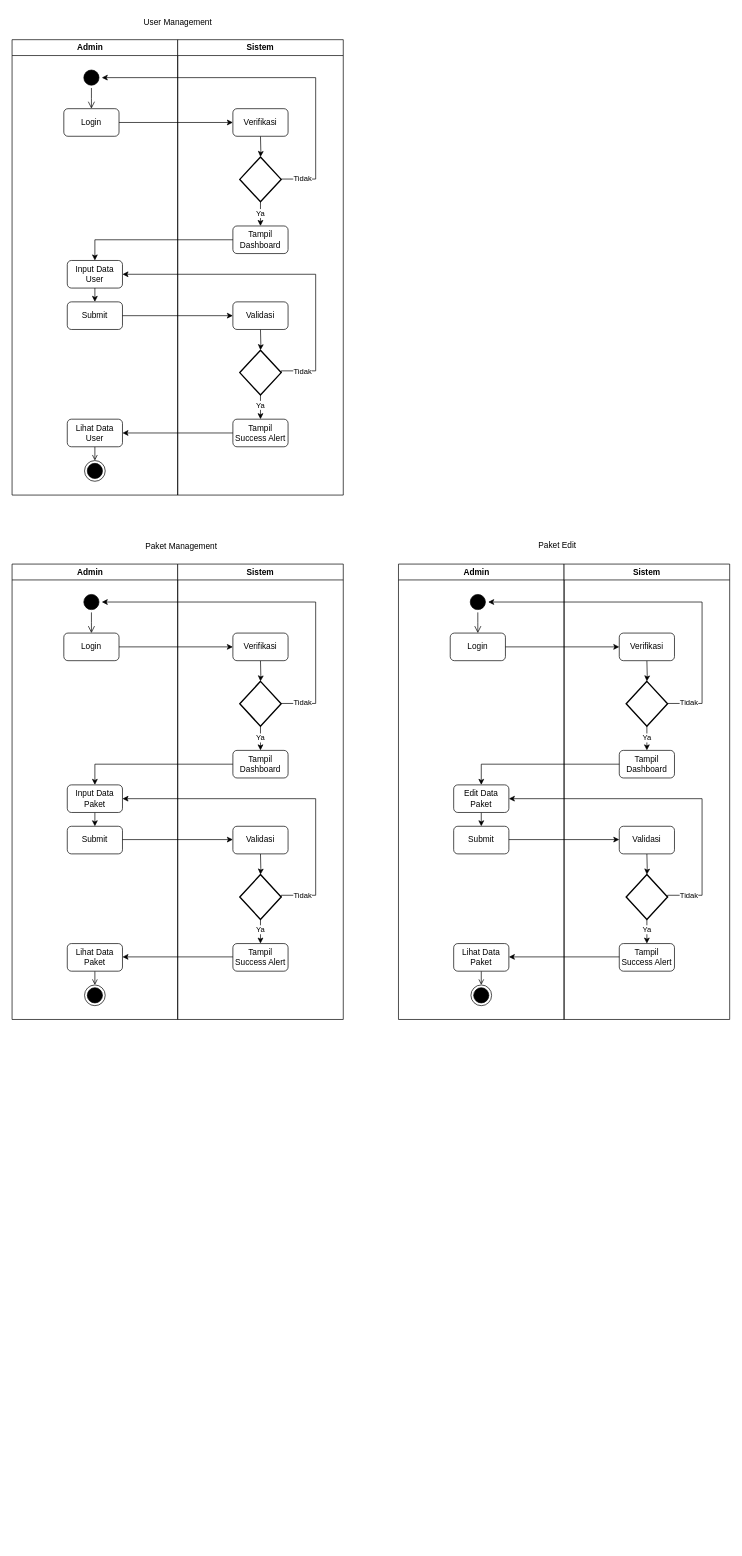
This is Activity Diagram Admin.drawio from wepro-v/asset, a draw.io file, before an edit. Source tidied: cells renumbered, new cells numbered last; positions are measured from the earlier drawing's top-left corner, leaving out a move shared by most shapes. Both pictures are drawn from the tidied source at 69%, with x=0, y=0 at pixel (12, 12).
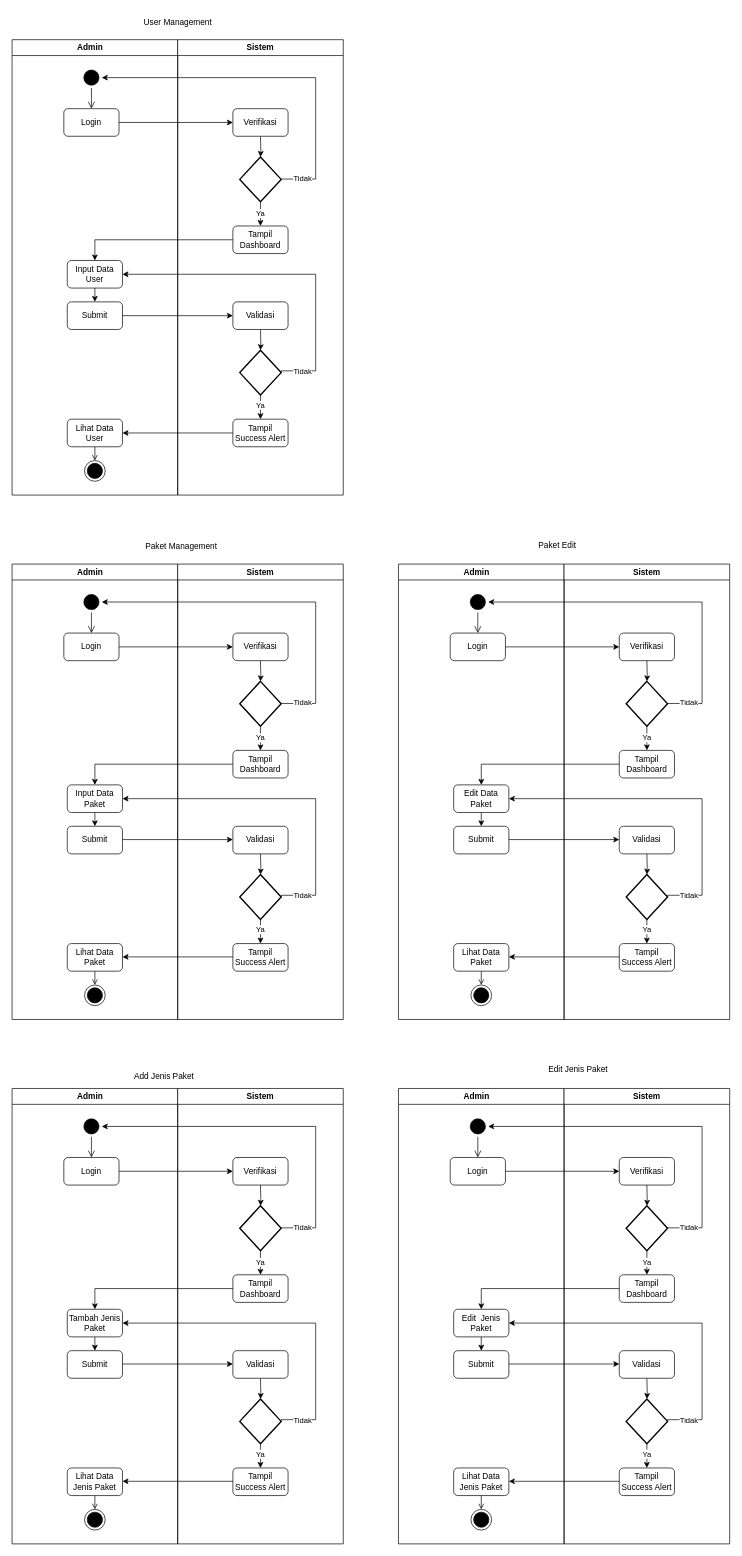
The same diagram, later.

What changed in the source:
```diff
@@
+    <mxCell id="92" value="Admin    " style="swimlane;whiteSpace=wrap;" parent="1" vertex="1">
+      <mxGeometry y="1560" width="240" height="660" as="geometry" />
+    </mxCell>
+    <mxCell id="93" style="ellipse;shape=startState;fillColor=#000000;strokeColor=#000000;" parent="92" vertex="1">
+      <mxGeometry x="100" y="40" width="30" height="30" as="geometry" />
+    </mxCell>
+    <mxCell id="94" style="edgeStyle=elbowEdgeStyle;elbow=horizontal;verticalAlign=bottom;endArrow=open;endSize=8;strokeColor=#000000;endFill=1;rounded=0;entryX=0.5;entryY=0;entryDx=0;entryDy=0;entryPerimeter=0;" parent="92" edge="1" source="93">
+      <mxGeometry x="100" y="40" as="geometry">
+        <mxPoint x="115" y="100" as="targetPoint" />
+      </mxGeometry>
+    </mxCell>
+    <mxCell id="95" style="edgeStyle=orthogonalEdgeStyle;rounded=0;orthogonalLoop=1;jettySize=auto;html=1;" parent="92" edge="1">
+      <mxGeometry relative="1" as="geometry">
+        <mxPoint x="120" y="360" as="sourcePoint" />
+        <mxPoint x="120" y="380" as="targetPoint" />
+      </mxGeometry>
+    </mxCell>
+    <mxCell id="96" style="ellipse;shape=endState;fillColor=#000000;strokeColor=#000000;" parent="92" vertex="1">
+      <mxGeometry x="105" y="610" width="30" height="30" as="geometry" />
+    </mxCell>
+    <mxCell id="97" style="endArrow=open;strokeColor=#000000;endFill=1;rounded=0;exitX=0.5;exitY=1;exitDx=0;exitDy=0;exitPerimeter=0;" parent="92" edge="1" target="96">
+      <mxGeometry relative="1" as="geometry">
+        <mxPoint x="120" y="590" as="sourcePoint" />
+      </mxGeometry>
+    </mxCell>
+    <mxCell id="98" value="Login" style="rounded=1;whiteSpace=wrap;html=1;" parent="92" vertex="1">
+      <mxGeometry x="75" y="100" width="80" height="40" as="geometry" />
+    </mxCell>
+    <mxCell id="99" value="Tambah Jenis Paket" style="rounded=1;whiteSpace=wrap;html=1;" parent="92" vertex="1">
+      <mxGeometry x="80" y="320" width="80" height="40" as="geometry" />
+    </mxCell>
+    <mxCell id="100" value="Submit" style="rounded=1;whiteSpace=wrap;html=1;" parent="92" vertex="1">
+      <mxGeometry x="80" y="380" width="80" height="40" as="geometry" />
+    </mxCell>
+    <mxCell id="101" value="Lihat Data Jenis Paket" style="rounded=1;whiteSpace=wrap;html=1;" parent="92" vertex="1">
+      <mxGeometry x="80" y="550" width="80" height="40" as="geometry" />
+    </mxCell>
+    <mxCell id="102" value="Sistem" style="swimlane;whiteSpace=wrap;startSize=23;" parent="1" vertex="1">
+      <mxGeometry x="240" y="1560" width="240" height="660" as="geometry" />
+    </mxCell>
+    <mxCell id="103" style="edgeStyle=orthogonalEdgeStyle;rounded=0;jettySize=auto;html=1;" parent="102" edge="1" target="105">
+      <mxGeometry relative="1" as="geometry">
+        <mxPoint x="120" y="140" as="sourcePoint" />
+      </mxGeometry>
+    </mxCell>
+    <mxCell id="104" value="Ya" style="edgeStyle=orthogonalEdgeStyle;rounded=0;jettySize=auto;html=1;entryX=0.5;entryY=0;entryDx=0;entryDy=0;" parent="102" edge="1" source="105" target="112">
+      <mxGeometry x="0.2" relative="1" as="geometry" />
+    </mxCell>
+    <mxCell id="105" style="strokeWidth=2;html=1;shape=mxgraph.flowchart.decision;whiteSpace=wrap;" parent="102" vertex="1">
+      <mxGeometry x="90" y="170" width="60" height="65" as="geometry" />
+    </mxCell>
+    <mxCell id="106" style="endArrow=classic;html=1;rounded=0;entryX=1;entryY=0.5;entryDx=0;entryDy=0;" parent="102" edge="1" target="93">
+      <mxGeometry relative="1" as="geometry">
+        <mxPoint x="150" y="202" as="sourcePoint" />
+        <Array as="points">
+          <mxPoint x="200" y="202" />
+          <mxPoint x="200" y="55" />
+        </Array>
+      </mxGeometry>
+    </mxCell>
+    <mxCell id="107" value="Tidak" style="edgeLabel;html=1;align=center;verticalAlign=middle;" parent="106" vertex="1">
+      <mxGeometry relative="1" as="geometry">
+        <mxPoint x="37" y="145" as="offset" />
+      </mxGeometry>
+    </mxCell>
+    <mxCell id="108" style="edgeStyle=orthogonalEdgeStyle;rounded=0;jettySize=auto;html=1;" parent="102" edge="1" target="110">
+      <mxGeometry relative="1" as="geometry">
+        <mxPoint x="120" y="420" as="sourcePoint" />
+      </mxGeometry>
+    </mxCell>
+    <mxCell id="109" value="Ya" style="edgeStyle=orthogonalEdgeStyle;rounded=0;jettySize=auto;html=1;entryX=0.5;entryY=0;entryDx=0;entryDy=0;" parent="102" edge="1" source="110" target="114">
+      <mxGeometry x="-0.33" relative="1" as="geometry" />
+    </mxCell>
+    <mxCell id="110" style="strokeWidth=2;html=1;shape=mxgraph.flowchart.decision;whiteSpace=wrap;" parent="102" vertex="1">
+      <mxGeometry x="90" y="450" width="60" height="65" as="geometry" />
+    </mxCell>
+    <mxCell id="111" value="Verifikasi" style="rounded=1;whiteSpace=wrap;html=1;" parent="102" vertex="1">
+      <mxGeometry x="80" y="100" width="80" height="40" as="geometry" />
+    </mxCell>
+    <mxCell id="112" value="Tampil Dashboard" style="rounded=1;whiteSpace=wrap;html=1;" parent="102" vertex="1">
+      <mxGeometry x="80" y="270" width="80" height="40" as="geometry" />
+    </mxCell>
+    <mxCell id="113" value="Validasi" style="rounded=1;whiteSpace=wrap;html=1;" parent="102" vertex="1">
+      <mxGeometry x="80" y="380" width="80" height="40" as="geometry" />
+    </mxCell>
+    <mxCell id="114" value="Tampil Success Alert" style="rounded=1;whiteSpace=wrap;html=1;" parent="102" vertex="1">
+      <mxGeometry x="80" y="550" width="80" height="40" as="geometry" />
+    </mxCell>
+    <mxCell id="115" style="edgeStyle=orthogonalEdgeStyle;rounded=0;orthogonalLoop=1;jettySize=auto;html=1;entryX=1;entryY=0.5;entryDx=0;entryDy=0;exitX=1;exitY=0.5;exitDx=0;exitDy=0;exitPerimeter=0;" parent="102" edge="1">
+      <mxGeometry relative="1" as="geometry">
+        <mxPoint x="150" y="483" as="sourcePoint" />
+        <mxPoint x="-80" y="340" as="targetPoint" />
+        <Array as="points">
+          <mxPoint x="150" y="480" />
+          <mxPoint x="200" y="480" />
+          <mxPoint x="200" y="340" />
+        </Array>
+      </mxGeometry>
+    </mxCell>
+    <mxCell id="116" value="Tidak" style="edgeLabel;html=1;align=center;verticalAlign=middle;" parent="115" vertex="1">
+      <mxGeometry x="-0.83" relative="1" as="geometry">
+        <mxPoint x="-7" as="offset" />
+      </mxGeometry>
+    </mxCell>
+    <mxCell id="117" style="edgeStyle=orthogonalEdgeStyle;rounded=0;orthogonalLoop=1;jettySize=auto;html=1;entryX=0;entryY=0.5;entryDx=0;entryDy=0;exitX=1;exitY=0.5;exitDx=0;exitDy=0;" parent="102" edge="1">
+      <mxGeometry relative="1" as="geometry">
+        <mxPoint x="-80" y="399.3" as="sourcePoint" />
+        <mxPoint x="80" y="399.3" as="targetPoint" />
+      </mxGeometry>
+    </mxCell>
+    <mxCell id="118" style="edgeStyle=orthogonalEdgeStyle;rounded=0;orthogonalLoop=1;jettySize=auto;html=1;exitX=0;exitY=0.5;exitDx=0;exitDy=0;entryX=1;entryY=0.5;entryDx=0;entryDy=0;" parent="102" edge="1">
+      <mxGeometry relative="1" as="geometry">
+        <mxPoint x="80" y="569.3" as="sourcePoint" />
+        <mxPoint x="-80" y="569.3" as="targetPoint" />
+      </mxGeometry>
+    </mxCell>
+    <mxCell id="119" style="edgeStyle=orthogonalEdgeStyle;rounded=0;jettySize=auto;html=1;entryX=0.5;entryY=0;entryDx=0;entryDy=0;" parent="1" edge="1" source="112" target="99">
+      <mxGeometry relative="1" as="geometry" />
+    </mxCell>
+    <mxCell id="120" style="edgeStyle=orthogonalEdgeStyle;rounded=0;jettySize=auto;html=1;entryX=0;entryY=0.5;entryDx=0;entryDy=0;" parent="1" edge="1" source="98" target="111">
+      <mxGeometry relative="1" as="geometry" />
+    </mxCell>
+    <mxCell id="121" value="Add Jenis Paket" style="text;html=1;align=center;verticalAlign=middle;strokeColor=none;fillColor=none;" parent="1" vertex="1">
+      <mxGeometry x="165" y="1528" width="110" height="30" as="geometry" />
+    </mxCell>
+    <mxCell id="122" value="Admin    " style="swimlane;whiteSpace=wrap;" parent="1" vertex="1">
+      <mxGeometry x="560" y="1560" width="240" height="660" as="geometry" />
+    </mxCell>
+    <mxCell id="123" style="ellipse;shape=startState;fillColor=#000000;strokeColor=#000000;" parent="122" vertex="1">
+      <mxGeometry x="100" y="40" width="30" height="30" as="geometry" />
+    </mxCell>
+    <mxCell id="124" style="edgeStyle=elbowEdgeStyle;elbow=horizontal;verticalAlign=bottom;endArrow=open;endSize=8;strokeColor=#000000;endFill=1;rounded=0;entryX=0.5;entryY=0;entryDx=0;entryDy=0;entryPerimeter=0;" parent="122" edge="1" source="123">
+      <mxGeometry x="100" y="40" as="geometry">
+        <mxPoint x="115" y="100" as="targetPoint" />
+      </mxGeometry>
+    </mxCell>
+    <mxCell id="125" style="edgeStyle=orthogonalEdgeStyle;rounded=0;orthogonalLoop=1;jettySize=auto;html=1;" parent="122" edge="1">
+      <mxGeometry relative="1" as="geometry">
+        <mxPoint x="120" y="360" as="sourcePoint" />
+        <mxPoint x="120" y="380" as="targetPoint" />
+      </mxGeometry>
+    </mxCell>
+    <mxCell id="126" style="ellipse;shape=endState;fillColor=#000000;strokeColor=#000000;" parent="122" vertex="1">
+      <mxGeometry x="105" y="610" width="30" height="30" as="geometry" />
+    </mxCell>
+    <mxCell id="127" style="endArrow=open;strokeColor=#000000;endFill=1;rounded=0;exitX=0.5;exitY=1;exitDx=0;exitDy=0;exitPerimeter=0;" parent="122" edge="1" target="126">
+      <mxGeometry relative="1" as="geometry">
+        <mxPoint x="120" y="590" as="sourcePoint" />
+      </mxGeometry>
+    </mxCell>
+    <mxCell id="128" value="Login" style="rounded=1;whiteSpace=wrap;html=1;" parent="122" vertex="1">
+      <mxGeometry x="75" y="100" width="80" height="40" as="geometry" />
+    </mxCell>
+    <mxCell id="129" value="Edit&amp;nbsp; Jenis Paket" style="rounded=1;whiteSpace=wrap;html=1;" parent="122" vertex="1">
+      <mxGeometry x="80" y="320" width="80" height="40" as="geometry" />
+    </mxCell>
+    <mxCell id="130" value="Submit" style="rounded=1;whiteSpace=wrap;html=1;" parent="122" vertex="1">
+      <mxGeometry x="80" y="380" width="80" height="40" as="geometry" />
+    </mxCell>
+    <mxCell id="131" value="Lihat Data Jenis Paket" style="rounded=1;whiteSpace=wrap;html=1;" parent="122" vertex="1">
+      <mxGeometry x="80" y="550" width="80" height="40" as="geometry" />
+    </mxCell>
+    <mxCell id="132" value="Sistem" style="swimlane;whiteSpace=wrap;startSize=23;" parent="1" vertex="1">
+      <mxGeometry x="800" y="1560" width="240" height="660" as="geometry" />
+    </mxCell>
+    <mxCell id="133" style="edgeStyle=orthogonalEdgeStyle;rounded=0;jettySize=auto;html=1;" parent="132" edge="1" target="135">
+      <mxGeometry relative="1" as="geometry">
+        <mxPoint x="120" y="140" as="sourcePoint" />
+      </mxGeometry>
+    </mxCell>
+    <mxCell id="134" value="Ya" style="edgeStyle=orthogonalEdgeStyle;rounded=0;jettySize=auto;html=1;entryX=0.5;entryY=0;entryDx=0;entryDy=0;" parent="132" edge="1" source="135" target="142">
+      <mxGeometry x="0.2" relative="1" as="geometry" />
+    </mxCell>
+    <mxCell id="135" style="strokeWidth=2;html=1;shape=mxgraph.flowchart.decision;whiteSpace=wrap;" parent="132" vertex="1">
+      <mxGeometry x="90" y="170" width="60" height="65" as="geometry" />
+    </mxCell>
+    <mxCell id="136" style="endArrow=classic;html=1;rounded=0;entryX=1;entryY=0.5;entryDx=0;entryDy=0;" parent="132" edge="1" target="123">
+      <mxGeometry relative="1" as="geometry">
+        <mxPoint x="150" y="202" as="sourcePoint" />
+        <Array as="points">
+          <mxPoint x="200" y="202" />
+          <mxPoint x="200" y="55" />
+        </Array>
+      </mxGeometry>
+    </mxCell>
+    <mxCell id="137" value="Tidak" style="edgeLabel;html=1;align=center;verticalAlign=middle;" parent="136" vertex="1">
+      <mxGeometry relative="1" as="geometry">
+        <mxPoint x="37" y="145" as="offset" />
+      </mxGeometry>
+    </mxCell>
+    <mxCell id="138" style="edgeStyle=orthogonalEdgeStyle;rounded=0;jettySize=auto;html=1;" parent="132" edge="1" target="140">
+      <mxGeometry relative="1" as="geometry">
+        <mxPoint x="120" y="420" as="sourcePoint" />
+      </mxGeometry>
+    </mxCell>
+    <mxCell id="139" value="Ya" style="edgeStyle=orthogonalEdgeStyle;rounded=0;jettySize=auto;html=1;entryX=0.5;entryY=0;entryDx=0;entryDy=0;" parent="132" edge="1" source="140" target="144">
+      <mxGeometry x="-0.33" relative="1" as="geometry" />
+    </mxCell>
+    <mxCell id="140" style="strokeWidth=2;html=1;shape=mxgraph.flowchart.decision;whiteSpace=wrap;" parent="132" vertex="1">
+      <mxGeometry x="90" y="450" width="60" height="65" as="geometry" />
+    </mxCell>
+    <mxCell id="141" value="Verifikasi" style="rounded=1;whiteSpace=wrap;html=1;" parent="132" vertex="1">
+      <mxGeometry x="80" y="100" width="80" height="40" as="geometry" />
+    </mxCell>
+    <mxCell id="142" value="Tampil Dashboard" style="rounded=1;whiteSpace=wrap;html=1;" parent="132" vertex="1">
+      <mxGeometry x="80" y="270" width="80" height="40" as="geometry" />
+    </mxCell>
+    <mxCell id="143" value="Validasi" style="rounded=1;whiteSpace=wrap;html=1;" parent="132" vertex="1">
+      <mxGeometry x="80" y="380" width="80" height="40" as="geometry" />
+    </mxCell>
+    <mxCell id="144" value="Tampil Success Alert" style="rounded=1;whiteSpace=wrap;html=1;" parent="132" vertex="1">
+      <mxGeometry x="80" y="550" width="80" height="40" as="geometry" />
+    </mxCell>
+    <mxCell id="145" style="edgeStyle=orthogonalEdgeStyle;rounded=0;orthogonalLoop=1;jettySize=auto;html=1;entryX=1;entryY=0.5;entryDx=0;entryDy=0;exitX=1;exitY=0.5;exitDx=0;exitDy=0;exitPerimeter=0;" parent="132" edge="1">
+      <mxGeometry relative="1" as="geometry">
+        <mxPoint x="150" y="483" as="sourcePoint" />
+        <mxPoint x="-80" y="340" as="targetPoint" />
+        <Array as="points">
+          <mxPoint x="150" y="480" />
+          <mxPoint x="200" y="480" />
+          <mxPoint x="200" y="340" />
+        </Array>
+      </mxGeometry>
+    </mxCell>
+    <mxCell id="146" value="Tidak" style="edgeLabel;html=1;align=center;verticalAlign=middle;" parent="145" vertex="1">
+      <mxGeometry x="-0.83" relative="1" as="geometry">
+        <mxPoint x="-7" as="offset" />
+      </mxGeometry>
+    </mxCell>
+    <mxCell id="147" style="edgeStyle=orthogonalEdgeStyle;rounded=0;orthogonalLoop=1;jettySize=auto;html=1;entryX=0;entryY=0.5;entryDx=0;entryDy=0;exitX=1;exitY=0.5;exitDx=0;exitDy=0;" parent="132" edge="1">
+      <mxGeometry relative="1" as="geometry">
+        <mxPoint x="-80" y="399.3" as="sourcePoint" />
+        <mxPoint x="80" y="399.3" as="targetPoint" />
+      </mxGeometry>
+    </mxCell>
+    <mxCell id="148" style="edgeStyle=orthogonalEdgeStyle;rounded=0;orthogonalLoop=1;jettySize=auto;html=1;exitX=0;exitY=0.5;exitDx=0;exitDy=0;entryX=1;entryY=0.5;entryDx=0;entryDy=0;" parent="132" edge="1">
+      <mxGeometry relative="1" as="geometry">
+        <mxPoint x="80" y="569.3" as="sourcePoint" />
+        <mxPoint x="-80" y="569.3" as="targetPoint" />
+      </mxGeometry>
+    </mxCell>
+    <mxCell id="149" style="edgeStyle=orthogonalEdgeStyle;rounded=0;jettySize=auto;html=1;entryX=0.5;entryY=0;entryDx=0;entryDy=0;" parent="1" edge="1" source="142" target="129">
+      <mxGeometry relative="1" as="geometry" />
+    </mxCell>
+    <mxCell id="150" style="edgeStyle=orthogonalEdgeStyle;rounded=0;jettySize=auto;html=1;entryX=0;entryY=0.5;entryDx=0;entryDy=0;" parent="1" edge="1" source="128" target="141">
+      <mxGeometry relative="1" as="geometry" />
+    </mxCell>
+    <mxCell id="151" value="Edit Jenis Paket" style="text;html=1;align=center;verticalAlign=middle;strokeColor=none;fillColor=none;" parent="1" vertex="1">
+      <mxGeometry x="765" y="1518" width="110" height="30" as="geometry" />
+    </mxCell>
```
